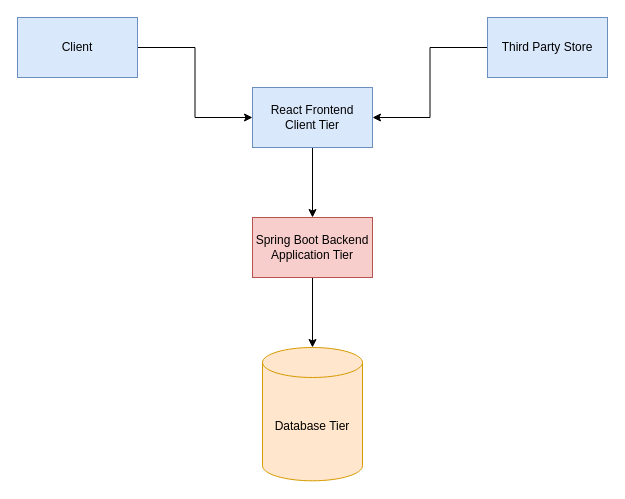
The draw.io diagram docs/diagrams/System Architecture/High-Level.drawio in Andrew417/Marketplace, before the edit. Source tidied: cells renumbered, new cells numbered last; positions are measured from the earlier drawing's top-left corner, leaving out a move shared by most shapes. Both pictures are drawn from the tidied source at 100%, with x=0, y=0 at pixel (17, 17).
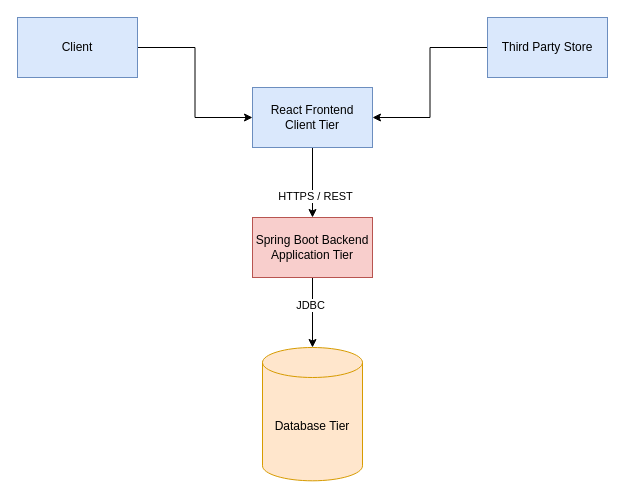
After the change.

Commit message (it also covers changes not shown here):
Add APIs to the High-Level architecture diagram

The edit, as a diff of the source:
```diff
@@
 <mxGraphModel>
   <root>
     <mxCell id="0" />
     <mxCell id="1" parent="0" />
     <mxCell id="2" style="edgeStyle=orthogonalEdgeStyle;rounded=0;jettySize=auto;html=1;entryX=0.5;entryY=0;entryDx=0;entryDy=0;" parent="1" edge="1" source="3" target="9">
       <mxGeometry relative="1" as="geometry" />
     </mxCell>
+    <mxCell id="11" value="HTTPS / REST" style="edgeLabel;html=1;align=center;verticalAlign=middle;" parent="2" vertex="1">
+      <mxGeometry x="0.38" y="2" relative="1" as="geometry" />
+    </mxCell>
     <mxCell id="3" value="&lt;div&gt;React Frontend&lt;/div&gt;Client Tier" style="rounded=0;whiteSpace=wrap;html=1;fillColor=#dae8fc;strokeColor=#6c8ebf;" parent="1" vertex="1">
       <mxGeometry x="235" y="70" width="120" height="60" as="geometry" />
     </mxCell>
     <mxCell id="4" style="edgeStyle=orthogonalEdgeStyle;rounded=0;jettySize=auto;html=1;entryX=0;entryY=0.5;entryDx=0;entryDy=0;" parent="1" edge="1" source="5" target="3">
       <mxGeometry relative="1" as="geometry" />
     </mxCell>
     <mxCell id="5" value="Client" style="whiteSpace=wrap;html=1;fillColor=#dae8fc;strokeColor=#6c8ebf;" parent="1" vertex="1">
       <mxGeometry width="120" height="60" as="geometry" />
     </mxCell>
     <mxCell id="6" style="edgeStyle=orthogonalEdgeStyle;rounded=0;jettySize=auto;html=1;entryX=1;entryY=0.5;entryDx=0;entryDy=0;" parent="1" edge="1" source="7" target="3">
       <mxGeometry relative="1" as="geometry" />
     </mxCell>
     <mxCell id="7" value="Third Party Store" style="whiteSpace=wrap;html=1;fillColor=#dae8fc;strokeColor=#6c8ebf;" parent="1" vertex="1">
       <mxGeometry x="470" width="120" height="60" as="geometry" />
     </mxCell>
     <mxCell id="8" style="edgeStyle=orthogonalEdgeStyle;rounded=0;jettySize=auto;html=1;" parent="1" edge="1" source="9" target="10">
       <mxGeometry relative="1" as="geometry" />
     </mxCell>
+    <mxCell id="12" value="JDBC" style="edgeLabel;html=1;align=center;verticalAlign=middle;" parent="8" vertex="1">
+      <mxGeometry x="-0.22" y="-3" relative="1" as="geometry" />
+    </mxCell>
     <mxCell id="9" value="&lt;div&gt;Spring Boot Backend&lt;/div&gt;&lt;div&gt;Application Tier&lt;/div&gt;" style="rounded=0;whiteSpace=wrap;html=1;fillColor=#f8cecc;strokeColor=#b85450;" parent="1" vertex="1">
       <mxGeometry x="235" y="200" width="120" height="60" as="geometry" />
     </mxCell>
     <mxCell id="10" value="Database Tier" style="shape=cylinder3;whiteSpace=wrap;html=1;boundedLbl=1;backgroundOutline=1;size=15;fillColor=#ffe6cc;strokeColor=#d79b00;" parent="1" vertex="1">
       <mxGeometry x="245" y="330" width="100" height="133.3" as="geometry" />
     </mxCell>
   </root>
 </mxGraphModel>
```
